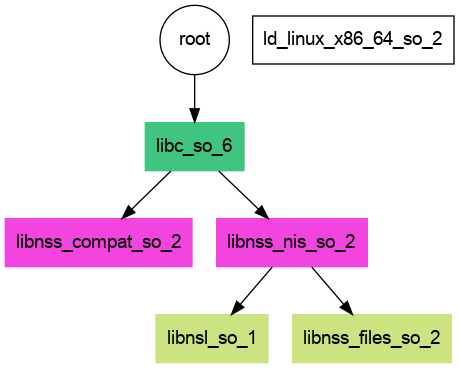
Earlier version of the Graphviz export audit.png (buildsi/ldaudit-yaml). Its source is kept beside it as audit.dot.
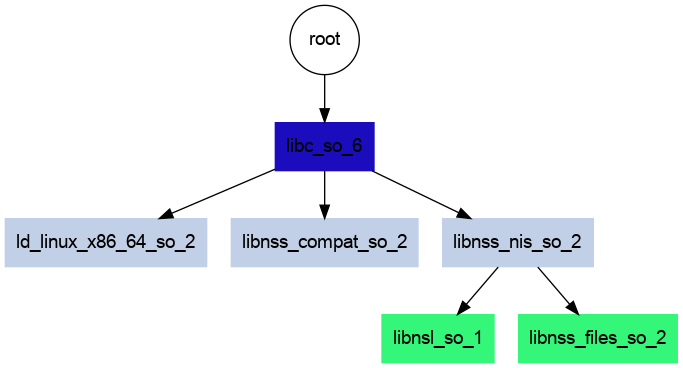
The same file after the commit.

The edit, as a diff of the source:
```diff
@@ -3,14 +3,15 @@
 node [fontname="Arial"];
 
 root [shape=circle]
-ld_linux_x86_64_so_2 [shape=box]
-libc_so_6 [shape=box,style=filled,color="#3FC57F"]
-libnss_compat_so_2 [shape=box,style=filled,color="#F444E0"]
-libnss_nis_so_2 [shape=box,style=filled,color="#F444E0"]
-libnsl_so_1 [shape=box,style=filled,color="#CCE381"]
-libnss_files_so_2 [shape=box,style=filled,color="#CCE381"]
+ld_linux_x86_64_so_2 [shape=box,style=filled,color="#C1D0E6"]
+libc_so_6 [shape=box,style=filled,color="#1B0DBD"]
+libnss_compat_so_2 [shape=box,style=filled,color="#C1D0E6"]
+libnss_nis_so_2 [shape=box,style=filled,color="#C1D0E6"]
+libnsl_so_1 [shape=box,style=filled,color="#34F679"]
+libnss_files_so_2 [shape=box,style=filled,color="#34F679"]
 
 root -> libc_so_6
+libc_so_6 -> ld_linux_x86_64_so_2
 libc_so_6 -> libnss_compat_so_2
 libc_so_6 -> libnss_nis_so_2
 libnss_nis_so_2 -> libnsl_so_1
```
